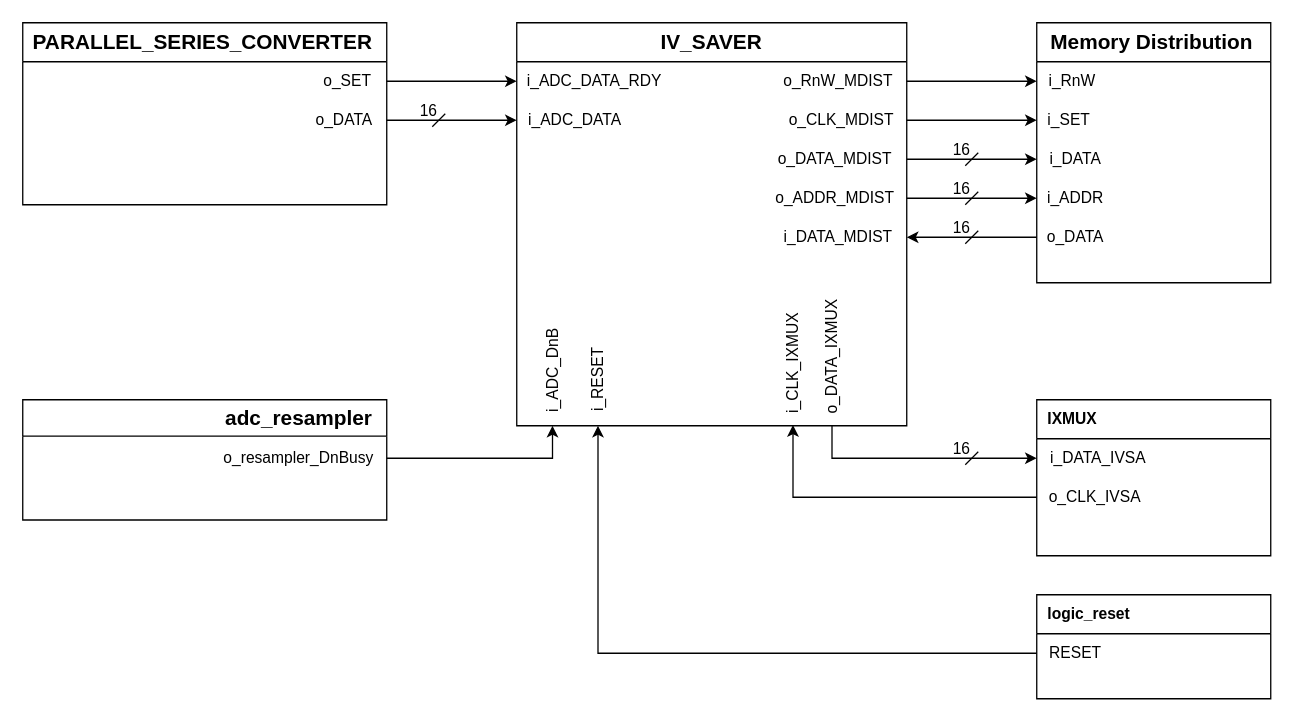
This is Billeder/Sample_Control/Interfaces/IVSA/IVSA.drawio from JOCRIX/BscProject, a draw.io file, before an edit. Source tidied: cells renumbered, new cells numbered last; positions are measured from the earlier drawing's top-left corner, leaving out a move shared by most shapes. Both pictures are drawn from the tidied source at 130%, with x=0, y=0 at pixel (22, 22).
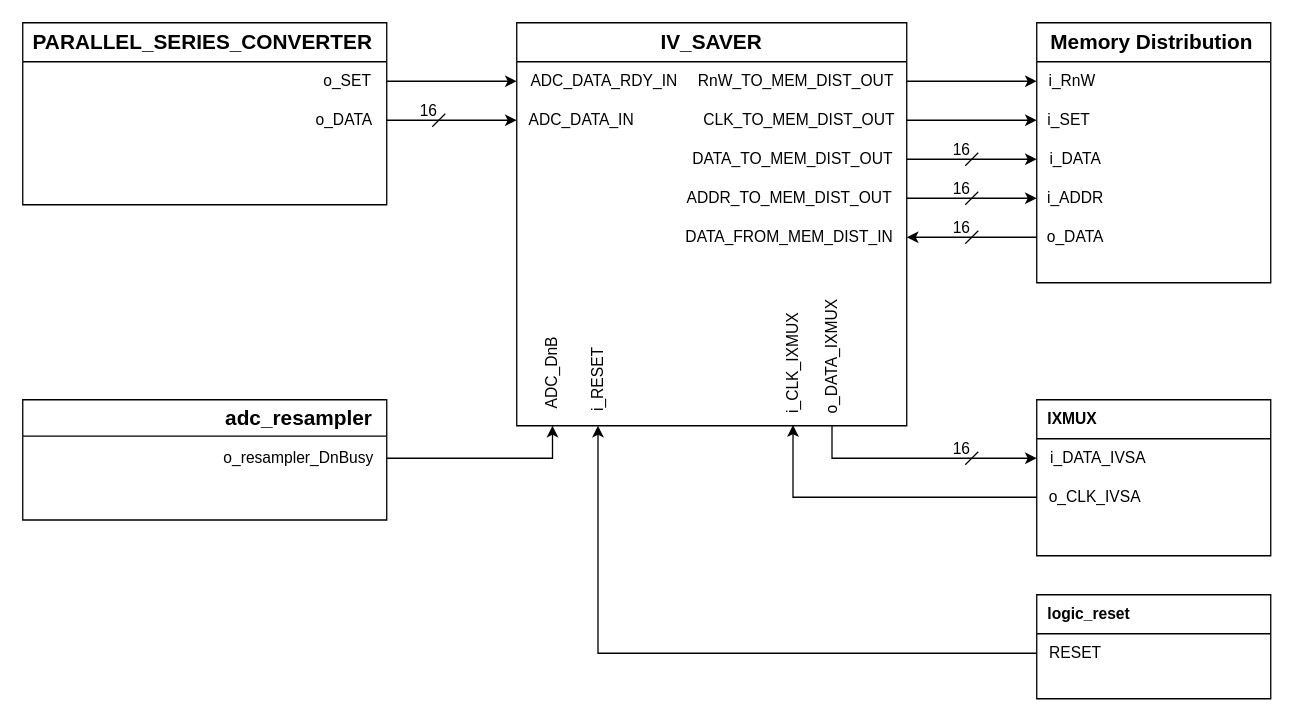
After the change.

Unchanged cells that the change refers to:
```xml
<mxCell id="2" value="&lt;font style=&quot;font-size: 16px;&quot;&gt;IV_SAVER&lt;/font&gt;" style="swimlane;whiteSpace=wrap;html=1;startSize=30;" parent="1" vertex="1">
  <mxGeometry x="380" width="300" height="310" as="geometry" />
</mxCell>
```

Change to the diagram source:
```diff
@@
-    <mxCell id="3" value="i_ADC_DATA" style="text;html=1;align=center;verticalAlign=middle;whiteSpace=wrap;rounded=0;" parent="2" vertex="1">
-      <mxGeometry y="60" width="90" height="30" as="geometry" />
+    <mxCell id="3" value="ADC_DATA_IN" style="text;html=1;align=center;verticalAlign=middle;whiteSpace=wrap;rounded=0;" parent="2" vertex="1">
+      <mxGeometry y="60" width="100" height="30" as="geometry" />
     </mxCell>
-    <mxCell id="4" value="i_ADC_DATA_RDY" style="text;html=1;align=center;verticalAlign=middle;whiteSpace=wrap;rounded=0;" parent="2" vertex="1">
-      <mxGeometry y="30" width="120" height="30" as="geometry" />
+    <mxCell id="4" value="ADC_DATA_RDY_IN" style="text;html=1;align=center;verticalAlign=middle;whiteSpace=wrap;rounded=0;" parent="2" vertex="1">
+      <mxGeometry y="30" width="135" height="30" as="geometry" />
     </mxCell>
@@
-    <mxCell id="7" value="i_ADC_DnB" style="text;html=1;align=center;verticalAlign=middle;whiteSpace=wrap;rounded=0;rotation=270;" parent="2" vertex="1">
-      <mxGeometry x="-15" y="252.5" width="85" height="30" as="geometry" />
+    <mxCell id="7" value="ADC_DnB" style="text;html=1;align=center;verticalAlign=middle;whiteSpace=wrap;rounded=0;rotation=270;" parent="2" vertex="1">
+      <mxGeometry x="-12.5" y="255" width="80" height="30" as="geometry" />
     </mxCell>
@@
-    <mxCell id="9" value="i_DATA_MDIST" style="text;html=1;align=center;verticalAlign=middle;whiteSpace=wrap;rounded=0;" parent="2" vertex="1">
-      <mxGeometry x="195" y="150" width="105" height="30" as="geometry" />
+    <mxCell id="9" value="DATA_FROM_MEM_DIST_IN" style="text;html=1;align=center;verticalAlign=middle;whiteSpace=wrap;rounded=0;" parent="2" vertex="1">
+      <mxGeometry x="120" y="150" width="180" height="30" as="geometry" />
     </mxCell>
-    <mxCell id="10" value="o_DATA_MDIST" style="text;html=1;align=center;verticalAlign=middle;whiteSpace=wrap;rounded=0;" parent="2" vertex="1">
-      <mxGeometry x="190" y="90" width="110" height="30" as="geometry" />
+    <mxCell id="10" value="DATA_TO_MEM_DIST_OUT" style="text;html=1;align=center;verticalAlign=middle;whiteSpace=wrap;rounded=0;" parent="2" vertex="1">
+      <mxGeometry x="125" y="90" width="175" height="30" as="geometry" />
     </mxCell>
-    <mxCell id="11" value="o_ADDR_MDIST" style="text;html=1;align=center;verticalAlign=middle;whiteSpace=wrap;rounded=0;" parent="2" vertex="1">
-      <mxGeometry x="190" y="120" width="110" height="30" as="geometry" />
+    <mxCell id="11" value="ADDR_TO_MEM_DIST_OUT" style="text;html=1;align=center;verticalAlign=middle;whiteSpace=wrap;rounded=0;" parent="2" vertex="1">
+      <mxGeometry x="120" y="120" width="180" height="30" as="geometry" />
     </mxCell>
-    <mxCell id="12" value="o_RnW_MDIST" style="text;html=1;align=center;verticalAlign=middle;whiteSpace=wrap;rounded=0;" parent="2" vertex="1">
-      <mxGeometry x="195" y="30" width="105" height="30" as="geometry" />
+    <mxCell id="12" value="RnW_TO_MEM_DIST_OUT" style="text;html=1;align=center;verticalAlign=middle;whiteSpace=wrap;rounded=0;" parent="2" vertex="1">
+      <mxGeometry x="130" y="30" width="170" height="30" as="geometry" />
     </mxCell>
-    <mxCell id="13" value="o_CLK_MDIST" style="text;html=1;align=center;verticalAlign=middle;whiteSpace=wrap;rounded=0;" parent="2" vertex="1">
-      <mxGeometry x="200" y="60" width="100" height="30" as="geometry" />
+    <mxCell id="13" value="CLK_TO_MEM_DIST_OUT" style="text;html=1;align=center;verticalAlign=middle;whiteSpace=wrap;rounded=0;" parent="2" vertex="1">
+      <mxGeometry x="135" y="60" width="165" height="30" as="geometry" />
     </mxCell>
```
